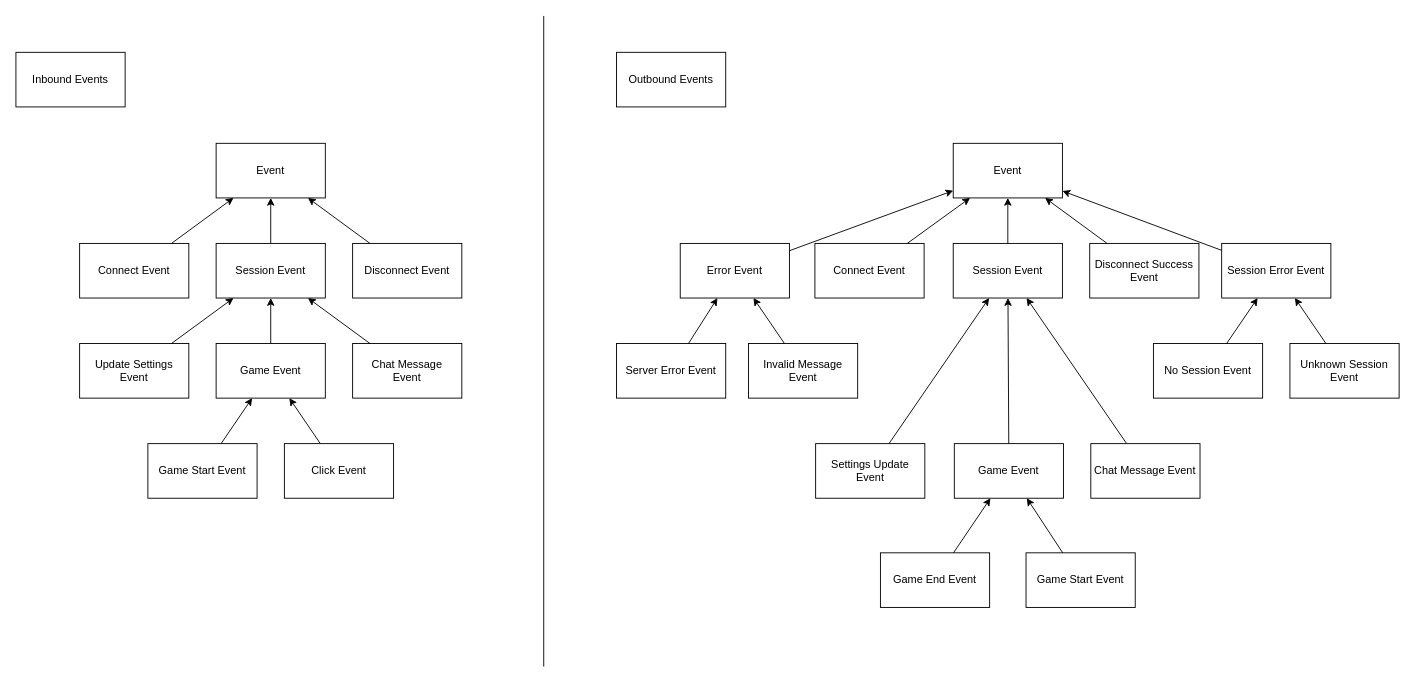
The draw.io diagram game-server/diagrams/events.drawio in Multi-Sweeper/types, before the edit. Source tidied: cells renumbered, new cells numbered last; positions are measured from the earlier drawing's top-left corner, leaving out a move shared by most shapes. Both pictures are drawn from the tidied source at 91%, with x=0, y=0 at pixel (15, 15).
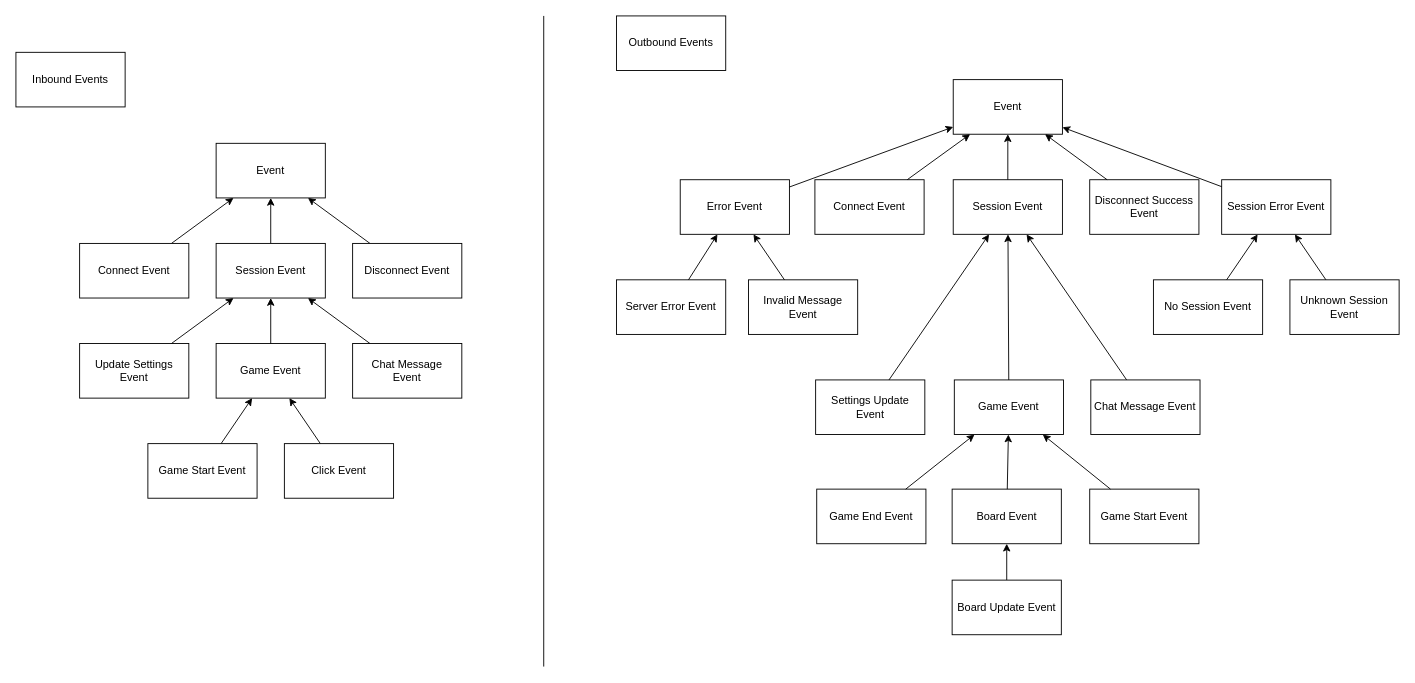
After the change.

Commit message (it also covers changes not shown here):
update outbound events

The edit, as a diff of the source:
```diff
@@
     <mxCell id="20" value="Event" style="rounded=0;whiteSpace=wrap;html=1;" parent="1" vertex="1">
-      <mxGeometry x="1030" y="140" width="120" height="60" as="geometry" />
+      <mxGeometry x="1030" y="70" width="120" height="60" as="geometry" />
     </mxCell>
     <mxCell id="21" value="Server Error Event" style="rounded=0;whiteSpace=wrap;html=1;" parent="1" vertex="1">
-      <mxGeometry x="660" y="360" width="120" height="60" as="geometry" />
+      <mxGeometry x="660" y="290" width="120" height="60" as="geometry" />
     </mxCell>
     <mxCell id="22" value="Connect Event" style="rounded=0;whiteSpace=wrap;html=1;" parent="1" vertex="1">
-      <mxGeometry x="878" y="250" width="120" height="60" as="geometry" />
+      <mxGeometry x="878" y="180" width="120" height="60" as="geometry" />
     </mxCell>
     <mxCell id="23" value="Invalid Message Event" style="rounded=0;whiteSpace=wrap;html=1;" parent="1" vertex="1">
-      <mxGeometry x="805" y="360" width="120" height="60" as="geometry" />
+      <mxGeometry x="805" y="290" width="120" height="60" as="geometry" />
     </mxCell>
     <mxCell id="24" value="Outbound Events" style="rounded=0;whiteSpace=wrap;html=1;" parent="1" vertex="1">
-      <mxGeometry x="660" y="40" width="120" height="60" as="geometry" />
+      <mxGeometry x="660" width="120" height="60" as="geometry" />
     </mxCell>
     <mxCell id="25" value="Disconnect Success Event" style="rounded=0;whiteSpace=wrap;html=1;" parent="1" vertex="1">
-      <mxGeometry x="1180" y="250" width="120" height="60" as="geometry" />
+      <mxGeometry x="1180" y="180" width="120" height="60" as="geometry" />
     </mxCell>
     <mxCell id="26" value="No Session Event" style="rounded=0;whiteSpace=wrap;html=1;" parent="1" vertex="1">
-      <mxGeometry x="1250" y="360" width="120" height="60" as="geometry" />
+      <mxGeometry x="1250" y="290" width="120" height="60" as="geometry" />
     </mxCell>
     <mxCell id="27" value="Unknown Session Event" style="rounded=0;whiteSpace=wrap;html=1;" parent="1" vertex="1">
-      <mxGeometry x="1400" y="360" width="120" height="60" as="geometry" />
+      <mxGeometry x="1400" y="290" width="120" height="60" as="geometry" />
     </mxCell>
     <mxCell id="28" value="Session Event" style="rounded=0;whiteSpace=wrap;html=1;" parent="1" vertex="1">
-      <mxGeometry x="1030" y="250" width="120" height="60" as="geometry" />
+      <mxGeometry x="1030" y="180" width="120" height="60" as="geometry" />
     </mxCell>
     <mxCell id="29" value="Session Error Event" style="rounded=0;whiteSpace=wrap;html=1;" parent="1" vertex="1">
-      <mxGeometry x="1325" y="250" width="120" height="60" as="geometry" />
+      <mxGeometry x="1325" y="180" width="120" height="60" as="geometry" />
     </mxCell>
     <mxCell id="30" value="Error Event" style="rounded=0;whiteSpace=wrap;html=1;" parent="1" vertex="1">
-      <mxGeometry x="730" y="250" width="120" height="60" as="geometry" />
+      <mxGeometry x="730" y="180" width="120" height="60" as="geometry" />
     </mxCell>
@@
     <mxCell id="40" value="Settings Update Event" style="rounded=0;whiteSpace=wrap;html=1;" parent="1" vertex="1">
-      <mxGeometry x="878.8" y="470" width="120" height="60" as="geometry" />
+      <mxGeometry x="878.8" y="400" width="120" height="60" as="geometry" />
     </mxCell>
     <mxCell id="41" value="Game Start Event" style="rounded=0;whiteSpace=wrap;html=1;" parent="1" vertex="1">
-      <mxGeometry x="1110" y="590" width="120" height="60" as="geometry" />
+      <mxGeometry x="1180" y="520" width="120" height="60" as="geometry" />
     </mxCell>
     <mxCell id="42" value="Game Event" style="rounded=0;whiteSpace=wrap;html=1;" parent="1" vertex="1">
-      <mxGeometry x="1031.2" y="470" width="120" height="60" as="geometry" />
+      <mxGeometry x="1031.2" y="400" width="120" height="60" as="geometry" />
     </mxCell>
     <mxCell id="43" value="Game End Event" style="rounded=0;whiteSpace=wrap;html=1;" parent="1" vertex="1">
-      <mxGeometry x="950" y="590" width="120" height="60" as="geometry" />
+      <mxGeometry x="880" y="520" width="120" height="60" as="geometry" />
     </mxCell>
     <mxCell id="44" value="Chat Message Event" style="rounded=0;whiteSpace=wrap;html=1;" parent="1" vertex="1">
-      <mxGeometry x="1181.2" y="470" width="120" height="60" as="geometry" />
+      <mxGeometry x="1181.2" y="400" width="120" height="60" as="geometry" />
     </mxCell>
@@
+    <mxCell id="51" value="Board Event" style="rounded=0;whiteSpace=wrap;html=1;" parent="1" vertex="1">
+      <mxGeometry x="1028.8" y="520" width="120" height="60" as="geometry" />
+    </mxCell>
+    <mxCell id="52" style="endArrow=classic;html=1;rounded=0;" parent="1" edge="1" source="51" target="42">
+      <mxGeometry relative="1" as="geometry" />
+    </mxCell>
+    <mxCell id="53" style="edgeStyle=orthogonalEdgeStyle;rounded=0;jettySize=auto;html=1;" parent="1" edge="1" source="54" target="51">
+      <mxGeometry relative="1" as="geometry" />
+    </mxCell>
+    <mxCell id="54" value="Board Update Event" style="rounded=0;whiteSpace=wrap;html=1;" parent="1" vertex="1">
+      <mxGeometry x="1028.8" y="620" width="120" height="60" as="geometry" />
+    </mxCell>
```
